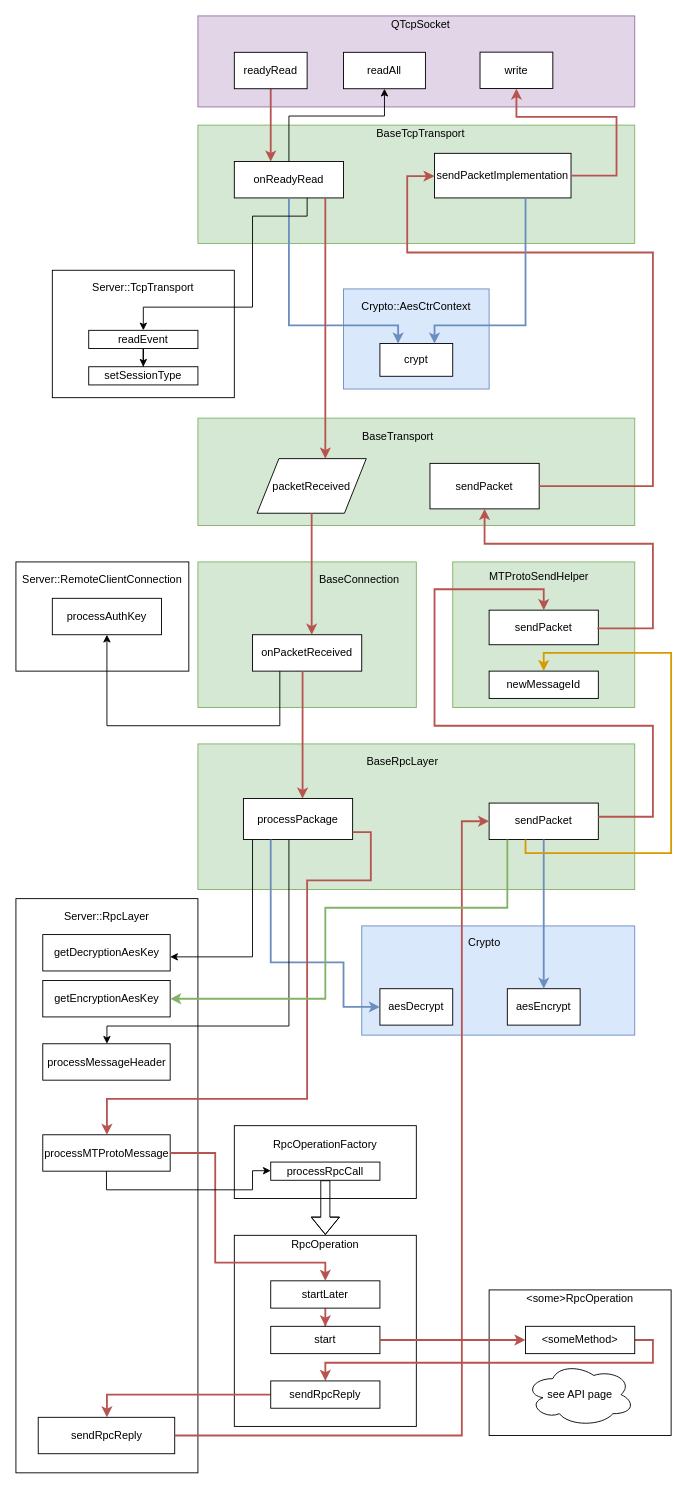
Before: page "Layered scheme" (1 of 2) of server/doc/TelegramQtServer.drawio in Kaffeine/telegram-qt, a draw.io diagram. Source tidied: cells renumbered, new cells numbered last; positions are measured from the earlier drawing's top-left corner, leaving out a move shared by most shapes. Both pictures are drawn from the tidied source at 91%, with x=0, y=0 at pixel (15, 15).
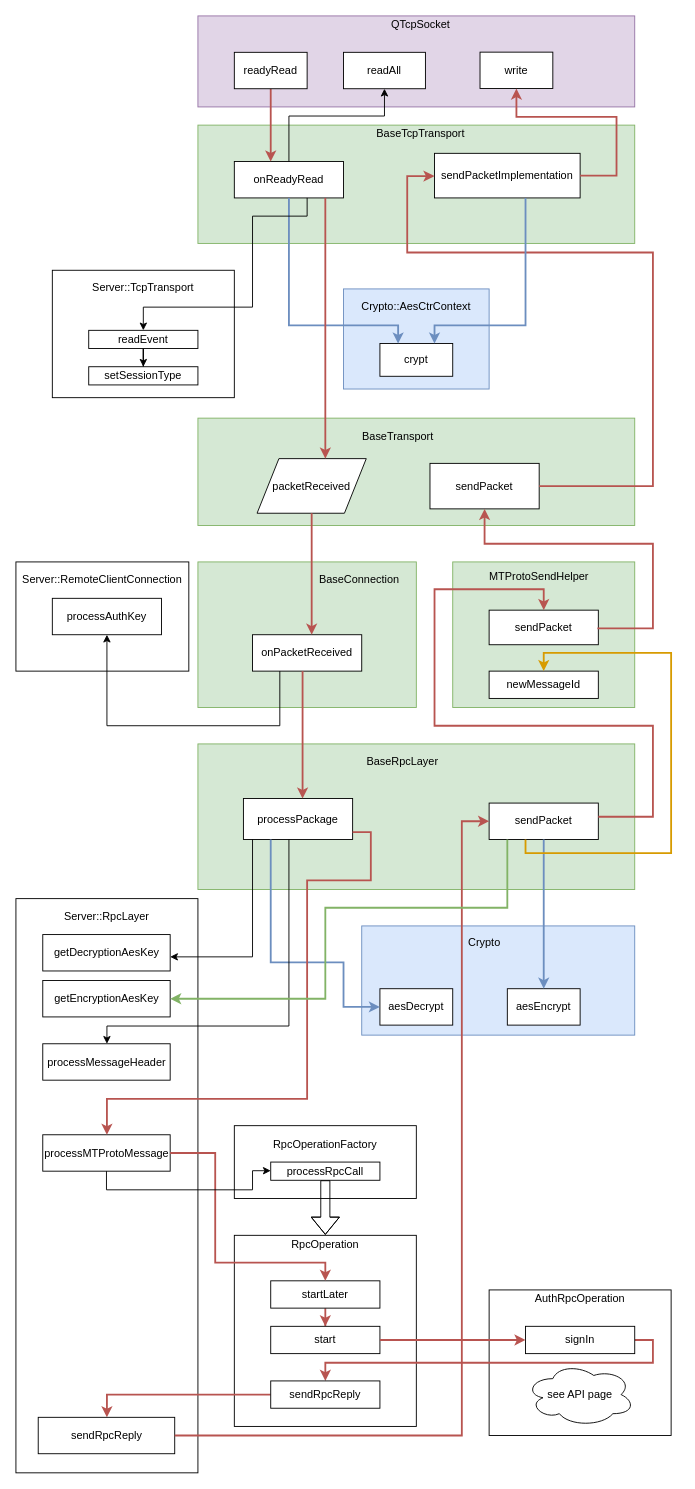
After the change.

Commit message:
Documentation: Adjust the scheme of the server RPC processing

Change to the diagram source:
```diff
@@
-    <mxCell id="45" value="&amp;lt;some&amp;gt;RpcOperation" style="text;html=1;strokeColor=none;fillColor=none;align=center;verticalAlign=middle;whiteSpace=wrap;rounded=0;" parent="1" vertex="1">
+    <mxCell id="45" value="AuthRpcOperation" style="text;html=1;strokeColor=none;fillColor=none;align=center;verticalAlign=middle;whiteSpace=wrap;rounded=0;" parent="1" vertex="1">
       <mxGeometry x="565" y="1400" width="110" height="20" as="geometry" />
     </mxCell>
@@
-    <mxCell id="47" value="&lt;div&gt;&amp;lt;someMethod&amp;gt;&lt;/div&gt;" style="rounded=0;whiteSpace=wrap;html=1;" parent="1" vertex="1">
+    <mxCell id="47" value="signIn" style="rounded=0;whiteSpace=wrap;html=1;" parent="1" vertex="1">
       <mxGeometry x="560" y="1440" width="120" height="30" as="geometry" />
     </mxCell>
@@
     <mxCell id="68" value="sendPacketImplementation" style="rounded=0;whiteSpace=wrap;html=1;" parent="1" vertex="1">
-      <mxGeometry x="460" y="151" width="150" height="49" as="geometry" />
+      <mxGeometry x="460" y="151" width="160" height="49" as="geometry" />
     </mxCell>
```
